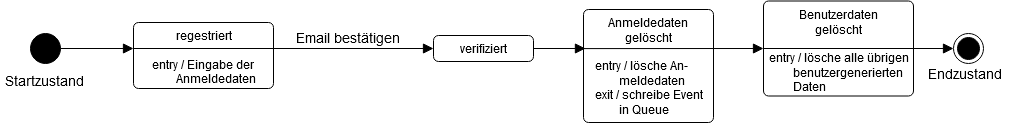
Above: Dokumente/Benutzerlebenszyklus/Benutzer Zustandsdiagramm.drawio.png in DavidFambach/Abgabe-ASE-Patientenakte (draw.io), before the change. Source tidied: cells renumbered, new cells last; positions are measured from the earlier drawing's top-left corner, leaving out a move shared by most shapes.
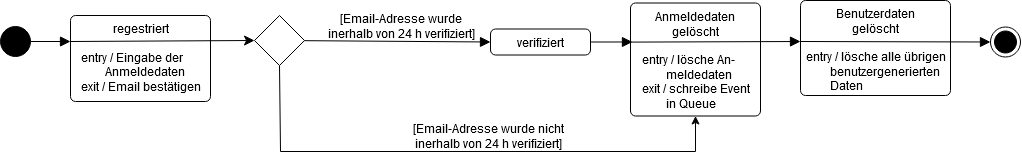
The same file after the commit.

Change to the diagram source:
```diff
@@ -3,26 +3,23 @@
     <mxCell id="0" />
     <mxCell id="1" parent="0" />
     <mxCell id="2" style="ellipse;fillColor=strokeColor;" parent="1" vertex="1">
-      <mxGeometry x="30" y="33" width="30" height="30" as="geometry" />
+      <mxGeometry x="63" y="33" width="30" height="30" as="geometry" />
     </mxCell>
     <mxCell id="3" style="ellipse;html=1;shape=endState;fillColor=strokeColor;" parent="1" vertex="1">
-      <mxGeometry x="953" y="33" width="30" height="30" as="geometry" />
+      <mxGeometry x="1053" y="33.5" width="30" height="30" as="geometry" />
     </mxCell>
     <mxCell id="4" value="&lt;div&gt;verifiziert&lt;/div&gt;&lt;div&gt;&lt;br&gt;&lt;/div&gt;&lt;div align=&quot;left&quot;&gt;&lt;br&gt;&lt;/div&gt;" style="html=1;align=center;verticalAlign=top;rounded=1;absoluteArcSize=1;arcSize=10;dashed=0;" parent="1" vertex="1">
-      <mxGeometry x="433" y="35" width="100" height="26" as="geometry" />
+      <mxGeometry x="553" y="35.5" width="100" height="26" as="geometry" />
     </mxCell>
-    <mxCell id="5" value="&lt;div&gt;regestriert&lt;/div&gt;&lt;div&gt;&lt;br&gt;&lt;/div&gt;&lt;div align=&quot;left&quot;&gt;entry / Eingabe der &lt;br&gt;&lt;/div&gt;&lt;div align=&quot;left&quot;&gt;&lt;span style=&quot;white-space: pre;&quot;&gt;&#9;&lt;/span&gt;Anmeldedaten&lt;br&gt;&lt;/div&gt;" style="html=1;align=center;verticalAlign=top;rounded=1;absoluteArcSize=1;arcSize=10;dashed=0;" parent="1" vertex="1">
-      <mxGeometry x="133" y="22" width="140" height="66" as="geometry" />
+    <mxCell id="5" value="&lt;div&gt;regestriert&lt;/div&gt;&lt;div&gt;&lt;br&gt;&lt;/div&gt;&lt;div align=&quot;left&quot;&gt;entry / Eingabe der &lt;br&gt;&lt;/div&gt;&lt;div align=&quot;left&quot;&gt;&lt;span style=&quot;&quot;&gt;&#9;&lt;/span&gt;&lt;span style=&quot;white-space: pre;&quot;&gt;&#9;&lt;/span&gt;Anmeldedaten&lt;/div&gt;&lt;div align=&quot;left&quot;&gt;exit / Email bestätigen&lt;/div&gt;" style="html=1;align=center;verticalAlign=top;rounded=1;absoluteArcSize=1;arcSize=10;dashed=0;" parent="1" vertex="1">
+      <mxGeometry x="133" y="22" width="140" height="86" as="geometry" />
     </mxCell>
     <mxCell id="6" value="&lt;div&gt;Anmeldedaten &lt;br&gt;&lt;/div&gt;&lt;div&gt;gelöscht&lt;/div&gt;&lt;div&gt;&lt;br&gt;&lt;/div&gt;&lt;div align=&quot;left&quot;&gt;entry / lösche An-&lt;/div&gt;&lt;div align=&quot;left&quot;&gt;&lt;span style=&quot;&quot;&gt;&#9;&lt;/span&gt;&lt;span style=&quot;white-space: pre;&quot;&gt;&#9;&lt;/span&gt;meldedaten&lt;/div&gt;&lt;div align=&quot;left&quot;&gt;exit / schreibe Event &lt;br&gt;&lt;/div&gt;&lt;div align=&quot;left&quot;&gt;&lt;span style=&quot;white-space: pre;&quot;&gt;&#9;&lt;/span&gt;in Queue&lt;/div&gt;" style="html=1;align=center;verticalAlign=top;rounded=1;absoluteArcSize=1;arcSize=10;dashed=0;" parent="1" vertex="1">
-      <mxGeometry x="583" y="9" width="130" height="113" as="geometry" />
+      <mxGeometry x="693" y="9.5" width="130" height="113" as="geometry" />
     </mxCell>
     <mxCell id="7" value="&lt;div&gt;Benutzerdaten &lt;br&gt;&lt;/div&gt;&lt;div&gt;gelöscht&lt;/div&gt;&lt;div&gt;&lt;br&gt;&lt;/div&gt;&lt;div align=&quot;left&quot;&gt;entry / lösche alle übrigen&lt;br&gt;&lt;/div&gt;&lt;div align=&quot;left&quot;&gt;&lt;span style=&quot;white-space: pre;&quot;&gt;&#9;&lt;/span&gt;benutzergenerierten&lt;/div&gt;&lt;div align=&quot;left&quot;&gt;&lt;span style=&quot;white-space: pre;&quot;&gt;&#9;&lt;/span&gt;Daten&lt;br&gt;&lt;/div&gt;" style="html=1;align=center;verticalAlign=top;rounded=1;absoluteArcSize=1;arcSize=10;dashed=0;" parent="1" vertex="1">
-      <mxGeometry x="763" y="0.5" width="150" height="95" as="geometry" />
+      <mxGeometry x="863" y="7" width="150" height="95" as="geometry" />
     </mxCell>
-    <mxCell id="8" value="&lt;div&gt;&lt;br&gt;&lt;/div&gt;&lt;div&gt;&lt;font style=&quot;font-size: 14px;&quot;&gt;Startzustand&lt;/font&gt;&lt;br&gt;&lt;/div&gt;" style="text;html=1;strokeColor=none;fillColor=none;spacing=5;spacingTop=-20;whiteSpace=wrap;overflow=hidden;rounded=0;" parent="1" vertex="1">
-      <mxGeometry y="68" width="90" height="30" as="geometry" />
-    </mxCell>
     <mxCell id="9" style="endArrow=block;startArrow=none;endFill=1;startFill=0;endSize=8;html=1;verticalAlign=bottom;labelBackgroundColor=none;strokeWidth=1;rounded=0;fontSize=14;exitX=1;exitY=0.5;exitDx=0;exitDy=0;" parent="1" edge="1" source="2">
       <mxGeometry relative="1" as="geometry">
         <mxPoint x="133" y="48" as="targetPoint" />
@@ -31,19 +28,43 @@
     <mxCell id="10" style="endArrow=block;startArrow=none;endFill=1;startFill=0;endSize=8;html=1;verticalAlign=bottom;labelBackgroundColor=none;strokeWidth=1;rounded=0;fontSize=14;exitX=1;exitY=0.5;exitDx=0;exitDy=0;entryX=0.015;entryY=0.345;entryDx=0;entryDy=0;entryPerimeter=0;" parent="1" edge="1" source="4" target="6">
       <mxGeometry relative="1" as="geometry" />
     </mxCell>
-    <mxCell id="11" style="endArrow=block;startArrow=none;endFill=1;startFill=0;endSize=8;html=1;verticalAlign=bottom;labelBackgroundColor=none;strokeWidth=1;rounded=0;fontSize=14;exitX=0;exitY=0.5;exitDx=0;exitDy=0;entryX=0;entryY=0.5;entryDx=0;entryDy=0;" parent="1" edge="1" source="7" target="3">
-      <mxGeometry relative="1" as="geometry" />
+    <mxCell id="11" style="endArrow=block;startArrow=none;endFill=1;startFill=0;endSize=8;html=1;verticalAlign=bottom;labelBackgroundColor=none;strokeWidth=1;rounded=0;fontSize=14;entryX=0;entryY=0.5;entryDx=0;entryDy=0;" parent="1" edge="1" target="3">
+      <mxGeometry relative="1" as="geometry">
+        <mxPoint x="863" y="48" as="sourcePoint" />
+      </mxGeometry>
     </mxCell>
-    <mxCell id="12" value="Email bestätigen" style="html=1;verticalAlign=bottom;labelBackgroundColor=none;endArrow=block;endFill=1;rounded=0;fontSize=14;entryX=0;entryY=0.5;entryDx=0;entryDy=0;strokeWidth=1;endSize=8;" parent="1" edge="1" target="4">
-      <mxGeometry x="0.43" relative="1" as="geometry">
-        <mxPoint x="133" y="48" as="sourcePoint" />
-      </mxGeometry>
+    <mxCell id="12" style="html=1;verticalAlign=bottom;labelBackgroundColor=none;endArrow=block;endFill=1;rounded=0;fontSize=14;entryX=0;entryY=0.5;entryDx=0;entryDy=0;strokeWidth=1;endSize=8;startArrow=none;" parent="1" edge="1" source="16" target="4">
+      <mxGeometry x="0.43" relative="1" as="geometry" />
     </mxCell>
-    <mxCell id="13" style="html=1;verticalAlign=bottom;labelBackgroundColor=none;endArrow=block;endFill=1;rounded=0;fontSize=14;entryX=0;entryY=0.5;entryDx=0;entryDy=0;strokeWidth=1;endSize=8;exitX=0.002;exitY=0.346;exitDx=0;exitDy=0;exitPerimeter=0;" parent="1" edge="1" source="6" target="7">
-      <mxGeometry x="0.27" relative="1" as="geometry" />
+    <mxCell id="13" style="html=1;verticalAlign=bottom;labelBackgroundColor=none;endArrow=block;endFill=1;rounded=0;fontSize=14;strokeWidth=1;endSize=8;exitX=0.002;exitY=0.346;exitDx=0;exitDy=0;exitPerimeter=0;" parent="1" edge="1" source="6">
+      <mxGeometry x="0.27" relative="1" as="geometry">
+        <mxPoint x="863" y="48" as="targetPoint" />
+      </mxGeometry>
     </mxCell>
-    <mxCell id="14" value="&lt;div&gt;&lt;br&gt;&lt;/div&gt;&lt;div&gt;&lt;font style=&quot;font-size: 14px;&quot;&gt;Endzustand&lt;/font&gt;&lt;br&gt;&lt;/div&gt;" style="text;html=1;strokeColor=none;fillColor=none;spacing=5;spacingTop=-20;whiteSpace=wrap;overflow=hidden;rounded=0;" parent="1" vertex="1">
-      <mxGeometry x="923" y="61" width="90" height="30" as="geometry" />
-    </mxCell>
+    <mxCell id="15" style="edgeStyle=orthogonalEdgeStyle;rounded=0;jettySize=auto;html=1;startArrow=none;startFill=0;endArrow=classic;endFill=1;exitX=0.5;exitY=1;exitDx=0;exitDy=0;entryX=0.5;entryY=1;entryDx=0;entryDy=0;" parent="1" edge="1" source="16" target="6">
+      <mxGeometry relative="1" as="geometry">
+        <Array as="points">
+          <mxPoint x="343" y="158" />
+          <mxPoint x="758" y="158" />
+        </Array>
+      </mxGeometry>
+    </mxCell>
+    <mxCell id="16" style="rhombus;whiteSpace=wrap;html=1;" parent="1" vertex="1">
+      <mxGeometry x="317" y="22" width="50" height="50" as="geometry" />
+    </mxCell>
+    <mxCell id="17" style="html=1;verticalAlign=bottom;labelBackgroundColor=none;endArrow=classic;endFill=1;rounded=0;fontSize=14;entryX=0;entryY=0.5;entryDx=0;entryDy=0;strokeWidth=1;endSize=8;startArrow=none;startFill=0;" parent="1" edge="1" target="16">
+      <mxGeometry x="0.43" relative="1" as="geometry">
+        <mxPoint x="133" y="48" as="sourcePoint" />
+      </mxGeometry>
+    </mxCell>
+    <mxCell id="18" value="[Email-Adresse wurde inerhalb von 24 h verifiziert]" style="text;html=1;strokeColor=none;fillColor=none;align=center;verticalAlign=middle;whiteSpace=wrap;rounded=0;" parent="1" vertex="1">
+      <mxGeometry x="389" y="18" width="150" height="30" as="geometry" />
+    </mxCell>
+    <mxCell id="19" style="edgeStyle=orthogonalEdgeStyle;rounded=0;orthogonalLoop=1;jettySize=auto;html=1;exitX=0.5;exitY=1;exitDx=0;exitDy=0;startArrow=none;startFill=0;endArrow=classic;endFill=1;" parent="1" edge="1" source="16" target="16">
+      <mxGeometry relative="1" as="geometry" />
+    </mxCell>
+    <mxCell id="20" value="[Email-Adresse wurde nicht inerhalb von 24 h verifiziert]" style="text;html=1;strokeColor=none;fillColor=none;align=center;verticalAlign=middle;whiteSpace=wrap;rounded=0;" parent="1" vertex="1">
+      <mxGeometry x="473" y="128" width="156" height="30" as="geometry" />
+    </mxCell>
   </root>
 </mxGraphModel>
```
